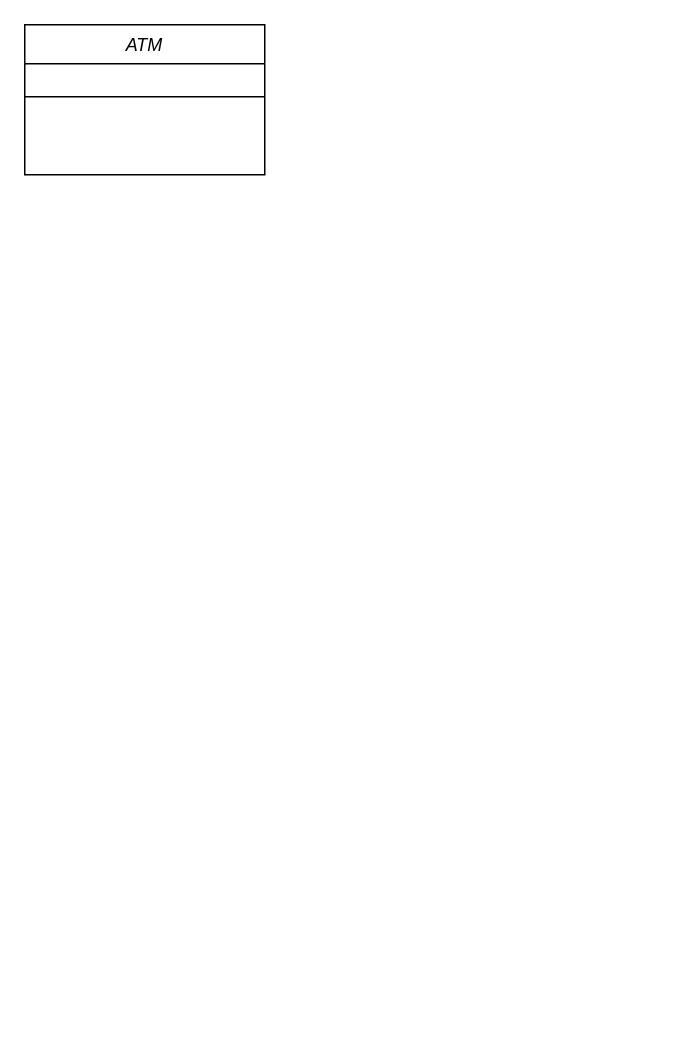
This is ATM-diagram.drawio from Tim-Moughayar/ATM-project, a draw.io file, before an edit. Source tidied: cells renumbered, new cells numbered last; positions are measured from the earlier drawing's top-left corner, leaving out a move shared by most shapes. Both pictures are drawn from the tidied source at 150%, with x=0, y=0 at pixel (24, 24).
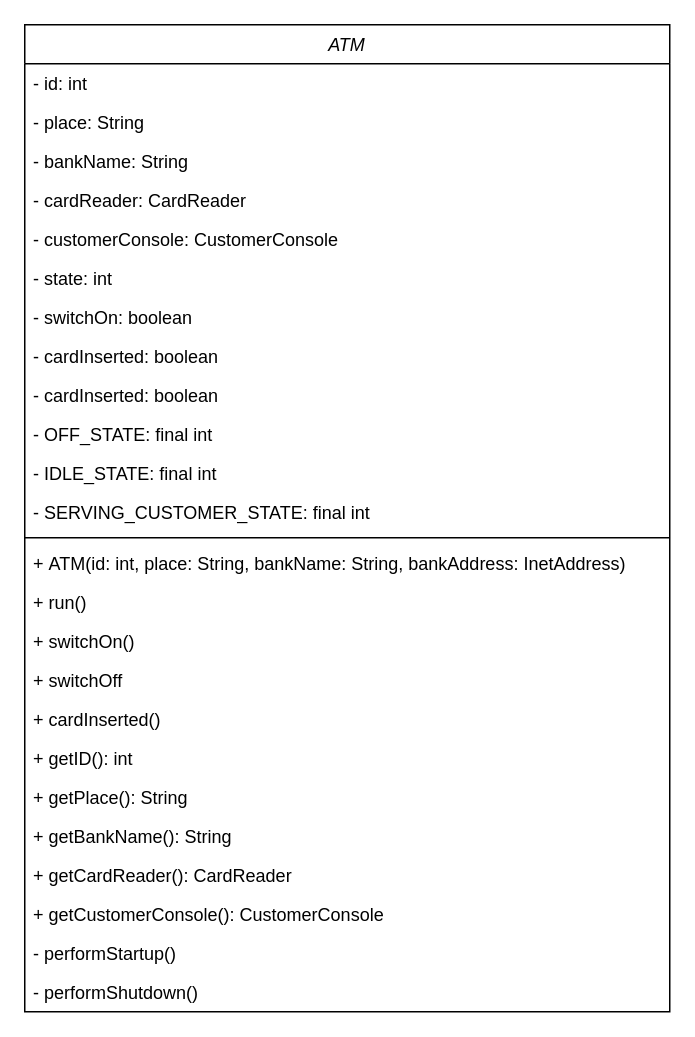
The same diagram, later.

Commit message:
added details to ATM module

The edit, as a diff of the source:
```diff
@@
     <mxCell id="2" value="ATM" style="swimlane;fontStyle=2;align=center;verticalAlign=top;horizontal=1;startSize=26;rounded=0;shadow=0;strokeWidth=1;" parent="1" vertex="1">
-      <mxGeometry width="160" height="100" as="geometry" />
+      <mxGeometry width="430" height="658" as="geometry" />
     </mxCell>
+    <mxCell id="4" value="- id: int" style="text;align=left;verticalAlign=top;spacingLeft=4;spacingRight=4;overflow=hidden;" parent="2" vertex="1">
+      <mxGeometry y="26" width="430" height="26" as="geometry" />
+    </mxCell>
+    <mxCell id="5" value="- place: String&#10;" style="text;align=left;verticalAlign=top;spacingLeft=4;spacingRight=4;overflow=hidden;rounded=0;shadow=0;html=0;" parent="2" vertex="1">
+      <mxGeometry y="52" width="430" height="26" as="geometry" />
+    </mxCell>
+    <mxCell id="6" value="- bankName: String" style="text;align=left;verticalAlign=top;spacingLeft=4;spacingRight=4;overflow=hidden;rounded=0;shadow=0;html=0;" parent="2" vertex="1">
+      <mxGeometry y="78" width="430" height="26" as="geometry" />
+    </mxCell>
+    <mxCell id="7" value="- cardReader: CardReader&#10;" style="text;align=left;verticalAlign=top;spacingLeft=4;spacingRight=4;overflow=hidden;rounded=0;shadow=0;html=0;" parent="2" vertex="1">
+      <mxGeometry y="104" width="430" height="26" as="geometry" />
+    </mxCell>
+    <mxCell id="8" value="- customerConsole: CustomerConsole&#10;" style="text;align=left;verticalAlign=top;spacingLeft=4;spacingRight=4;overflow=hidden;rounded=0;shadow=0;html=0;" parent="2" vertex="1">
+      <mxGeometry y="130" width="430" height="26" as="geometry" />
+    </mxCell>
+    <mxCell id="9" value="- state: int&#10;" style="text;align=left;verticalAlign=top;spacingLeft=4;spacingRight=4;overflow=hidden;rounded=0;shadow=0;html=0;" parent="2" vertex="1">
+      <mxGeometry y="156" width="430" height="26" as="geometry" />
+    </mxCell>
+    <mxCell id="10" value="- switchOn: boolean&#10;" style="text;align=left;verticalAlign=top;spacingLeft=4;spacingRight=4;overflow=hidden;rounded=0;shadow=0;html=0;" parent="2" vertex="1">
+      <mxGeometry y="182" width="430" height="26" as="geometry" />
+    </mxCell>
+    <mxCell id="11" value="- cardInserted: boolean&#10;" style="text;align=left;verticalAlign=top;spacingLeft=4;spacingRight=4;overflow=hidden;rounded=0;shadow=0;html=0;" parent="2" vertex="1">
+      <mxGeometry y="208" width="430" height="26" as="geometry" />
+    </mxCell>
+    <mxCell id="12" value="- cardInserted: boolean&#10;" style="text;align=left;verticalAlign=top;spacingLeft=4;spacingRight=4;overflow=hidden;rounded=0;shadow=0;html=0;" parent="2" vertex="1">
+      <mxGeometry y="234" width="430" height="26" as="geometry" />
+    </mxCell>
+    <mxCell id="13" value="- OFF_STATE: final int&#10;" style="text;align=left;verticalAlign=top;spacingLeft=4;spacingRight=4;overflow=hidden;rounded=0;shadow=0;html=0;" parent="2" vertex="1">
+      <mxGeometry y="260" width="430" height="26" as="geometry" />
+    </mxCell>
+    <mxCell id="14" value="- IDLE_STATE: final int&#10;" style="text;align=left;verticalAlign=top;spacingLeft=4;spacingRight=4;overflow=hidden;rounded=0;shadow=0;html=0;" parent="2" vertex="1">
+      <mxGeometry y="286" width="430" height="26" as="geometry" />
+    </mxCell>
+    <mxCell id="15" value="- SERVING_CUSTOMER_STATE: final int&#10;" style="text;align=left;verticalAlign=top;spacingLeft=4;spacingRight=4;overflow=hidden;rounded=0;shadow=0;html=0;" parent="2" vertex="1">
+      <mxGeometry y="312" width="430" height="26" as="geometry" />
+    </mxCell>
     <mxCell id="3" style="line;html=1;strokeWidth=1;align=left;verticalAlign=middle;spacingTop=-1;spacingLeft=3;spacingRight=3;labelPosition=right;" parent="2" vertex="1">
-      <mxGeometry y="26" width="160" height="44" as="geometry" />
+      <mxGeometry y="338" width="430" height="8" as="geometry" />
     </mxCell>
+    <mxCell id="16" value="+ ATM(id: int, place: String, bankName: String, bankAddress: InetAddress)&#10;" style="text;align=left;verticalAlign=top;spacingLeft=4;spacingRight=4;overflow=hidden;" parent="2" vertex="1">
+      <mxGeometry y="346" width="430" height="26" as="geometry" />
+    </mxCell>
+    <mxCell id="17" value="+ run()&#10;" style="text;align=left;verticalAlign=top;spacingLeft=4;spacingRight=4;overflow=hidden;" parent="2" vertex="1">
+      <mxGeometry y="372" width="430" height="26" as="geometry" />
+    </mxCell>
+    <mxCell id="18" value="+ switchOn()&#10;" style="text;align=left;verticalAlign=top;spacingLeft=4;spacingRight=4;overflow=hidden;" parent="2" vertex="1">
+      <mxGeometry y="398" width="430" height="26" as="geometry" />
+    </mxCell>
+    <mxCell id="19" value="+ switchOff&#10;" style="text;align=left;verticalAlign=top;spacingLeft=4;spacingRight=4;overflow=hidden;" parent="2" vertex="1">
+      <mxGeometry y="424" width="430" height="26" as="geometry" />
+    </mxCell>
+    <mxCell id="20" value="+ cardInserted()&#10;" style="text;align=left;verticalAlign=top;spacingLeft=4;spacingRight=4;overflow=hidden;" parent="2" vertex="1">
+      <mxGeometry y="450" width="430" height="26" as="geometry" />
+    </mxCell>
+    <mxCell id="21" value="+ getID(): int&#10;" style="text;align=left;verticalAlign=top;spacingLeft=4;spacingRight=4;overflow=hidden;" parent="2" vertex="1">
+      <mxGeometry y="476" width="430" height="26" as="geometry" />
+    </mxCell>
+    <mxCell id="22" value="+ getPlace(): String&#10;" style="text;align=left;verticalAlign=top;spacingLeft=4;spacingRight=4;overflow=hidden;" parent="2" vertex="1">
+      <mxGeometry y="502" width="430" height="26" as="geometry" />
+    </mxCell>
+    <mxCell id="23" value="+ getBankName(): String&#10;" style="text;align=left;verticalAlign=top;spacingLeft=4;spacingRight=4;overflow=hidden;" parent="2" vertex="1">
+      <mxGeometry y="528" width="430" height="26" as="geometry" />
+    </mxCell>
+    <mxCell id="24" value="+ getCardReader(): CardReader&#10;" style="text;align=left;verticalAlign=top;spacingLeft=4;spacingRight=4;overflow=hidden;" parent="2" vertex="1">
+      <mxGeometry y="554" width="430" height="26" as="geometry" />
+    </mxCell>
+    <mxCell id="25" value="+ getCustomerConsole(): CustomerConsole&#10;" style="text;align=left;verticalAlign=top;spacingLeft=4;spacingRight=4;overflow=hidden;" parent="2" vertex="1">
+      <mxGeometry y="580" width="430" height="26" as="geometry" />
+    </mxCell>
+    <mxCell id="26" value="- performStartup()&#10;" style="text;align=left;verticalAlign=top;spacingLeft=4;spacingRight=4;overflow=hidden;" parent="2" vertex="1">
+      <mxGeometry y="606" width="430" height="26" as="geometry" />
+    </mxCell>
+    <mxCell id="27" value="- performShutdown()&#10;&#10;" style="text;align=left;verticalAlign=top;spacingLeft=4;spacingRight=4;overflow=hidden;" parent="2" vertex="1">
+      <mxGeometry y="632" width="430" height="26" as="geometry" />
+    </mxCell>
```
